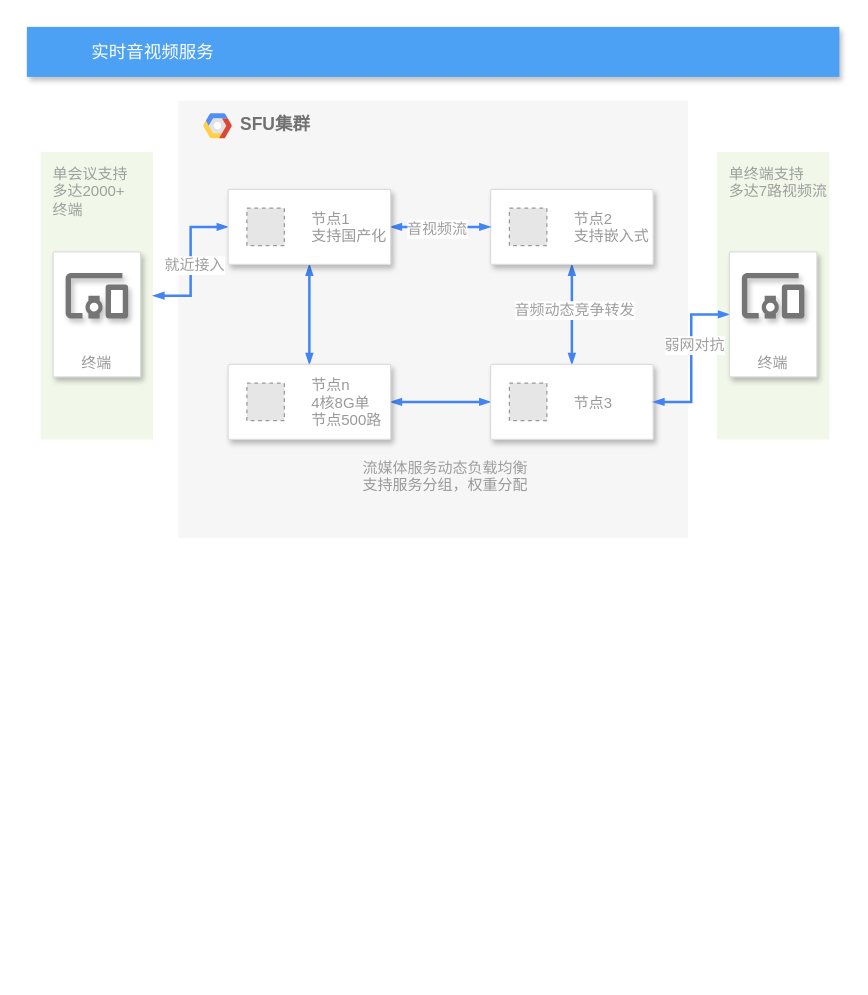
Above: 未命名绘图.drawio in shushenghong/test (draw.io), before the change. Source tidied: cells renumbered, new cells numbered last; positions are measured from the earlier drawing's top-left corner, leaving out a move shared by most shapes. Both pictures are drawn from the tidied source at 125%, with x=0, y=0 at pixel (26, 26). Pictures stored in the file or linked from it are replaced by grey dashed boxes.
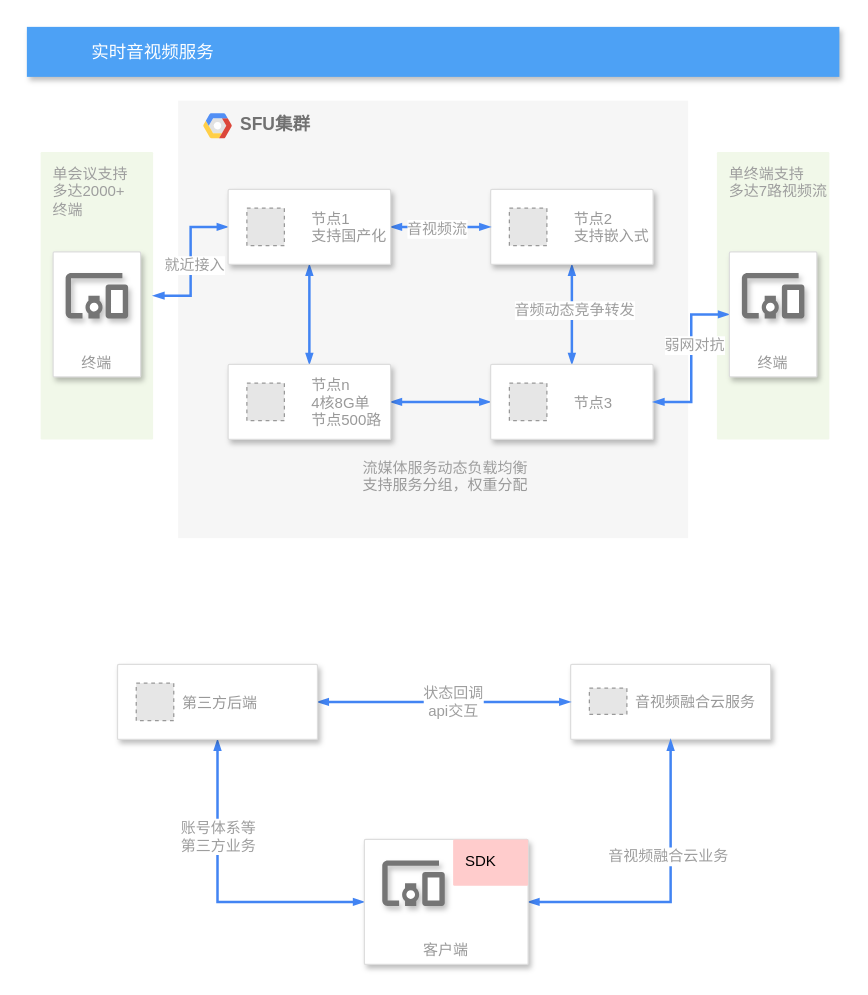
The same page after the edit.

Commit message:
更新未命名绘图.drawio

What changed in the source:
```diff
@@
+    <mxCell id="30" style="strokeColor=#dddddd;shadow=1;strokeWidth=1;rounded=1;absoluteArcSize=1;arcSize=2;glass=0;labelBackgroundColor=none;sketch=0;fontFamily=Helvetica;fontSize=12;fontColor=#9E9E9E;fillColor=default;" parent="1" vertex="1">
+      <mxGeometry x="435" y="510" width="160" height="60" as="geometry" />
+    </mxCell>
+    <mxCell id="31" value="音视频融合云服务" style="fillColor=#E6E6E6;strokeColor=#999999;dashed=1;fontColor=#999999;verticalLabelPosition=middle;labelBackgroundColor=#ffffff;verticalAlign=middle;labelPosition=right;align=left;spacingLeft=5;fontFamily=Helvetica;fontSize=12;" parent="30" vertex="1">
+      <mxGeometry width="30" height="21" relative="1" as="geometry">
+        <mxPoint x="15" y="19" as="offset" />
+      </mxGeometry>
+    </mxCell>
+    <mxCell id="32" style="edgeStyle=orthogonalEdgeStyle;shape=connector;rounded=0;jettySize=auto;html=1;exitX=1;exitY=0.5;exitDx=0;exitDy=0;entryX=0;entryY=0.5;entryDx=0;entryDy=0;dashed=0;labelBackgroundColor=none;strokeColor=#4284F3;strokeWidth=2;fontFamily=Helvetica;fontSize=12;fontColor=#9E9E9E;startArrow=blockThin;startFill=1;endArrow=blockThin;endFill=1;startSize=4;endSize=4;elbow=vertical;" parent="1" edge="1" source="36" target="30">
+      <mxGeometry relative="1" as="geometry" />
+    </mxCell>
+    <mxCell id="33" value="状态回调&lt;br&gt;api交互" style="edgeLabel;html=1;align=center;verticalAlign=middle;fontSize=12;fontFamily=Helvetica;fontColor=#9E9E9E;" parent="32" vertex="1">
+      <mxGeometry x="0.06" y="1" relative="1" as="geometry">
+        <mxPoint x="1" as="offset" />
+      </mxGeometry>
+    </mxCell>
+    <mxCell id="34" style="edgeStyle=orthogonalEdgeStyle;shape=connector;rounded=0;jettySize=auto;html=1;exitX=0.5;exitY=1;exitDx=0;exitDy=0;entryX=0;entryY=0.5;entryDx=0;entryDy=0;dashed=0;labelBackgroundColor=none;strokeColor=#4284F3;strokeWidth=2;fontFamily=Helvetica;fontSize=12;fontColor=#9E9E9E;startArrow=blockThin;startFill=1;endArrow=blockThin;endFill=1;startSize=4;endSize=4;elbow=vertical;" parent="1" edge="1" source="36" target="40">
+      <mxGeometry relative="1" as="geometry" />
+    </mxCell>
+    <mxCell id="35" value="账号体系等&lt;br&gt;第三方业务" style="edgeLabel;html=1;align=center;verticalAlign=middle;fontSize=12;fontFamily=Helvetica;fontColor=#9E9E9E;" parent="34" vertex="1">
+      <mxGeometry x="-0.38" relative="1" as="geometry" />
+    </mxCell>
+    <mxCell id="36" style="strokeColor=#dddddd;shadow=1;strokeWidth=1;rounded=1;absoluteArcSize=1;arcSize=2;glass=0;labelBackgroundColor=none;sketch=0;fontFamily=Helvetica;fontSize=12;fontColor=#9E9E9E;fillColor=default;" parent="1" vertex="1">
+      <mxGeometry x="72.5" y="510" width="160" height="60" as="geometry" />
+    </mxCell>
+    <mxCell id="37" value="第三方后端" style="fillColor=#E6E6E6;strokeColor=#999999;dashed=1;fontColor=#999999;verticalLabelPosition=middle;labelBackgroundColor=#ffffff;verticalAlign=middle;labelPosition=right;align=left;spacingLeft=5;fontFamily=Helvetica;fontSize=12;" parent="36" vertex="1">
+      <mxGeometry width="30" height="30" relative="1" as="geometry">
+        <mxPoint x="15" y="15" as="offset" />
+      </mxGeometry>
+    </mxCell>
+    <mxCell id="38" style="edgeStyle=orthogonalEdgeStyle;shape=connector;rounded=0;jettySize=auto;html=1;exitX=1;exitY=0.5;exitDx=0;exitDy=0;entryX=0.5;entryY=1;entryDx=0;entryDy=0;dashed=0;labelBackgroundColor=none;strokeColor=#4284F3;strokeWidth=2;fontFamily=Helvetica;fontSize=12;fontColor=#9E9E9E;startArrow=blockThin;startFill=1;endArrow=blockThin;endFill=1;startSize=4;endSize=4;elbow=vertical;" parent="1" edge="1" source="40" target="30">
+      <mxGeometry relative="1" as="geometry" />
+    </mxCell>
+    <mxCell id="39" value="音视频融合云业务" style="edgeLabel;html=1;align=center;verticalAlign=middle;fontSize=12;fontFamily=Helvetica;fontColor=#9E9E9E;" parent="38" vertex="1">
+      <mxGeometry x="0.24" y="3" relative="1" as="geometry" />
+    </mxCell>
+    <mxCell id="40" value="客户端" style="strokeColor=#dddddd;shadow=1;strokeWidth=1;rounded=1;absoluteArcSize=1;arcSize=2;labelPosition=center;verticalLabelPosition=middle;align=center;verticalAlign=bottom;spacingLeft=0;fontColor=#999999;fontSize=12;whiteSpace=wrap;spacingBottom=2;glass=0;labelBackgroundColor=none;sketch=0;fontFamily=Helvetica;fillColor=default;" parent="1" vertex="1">
+      <mxGeometry x="270" y="650" width="131" height="100" as="geometry" />
+    </mxCell>
+    <mxCell id="41" style="sketch=0;dashed=0;html=1;fillColor=#757575;strokeColor=none;shape=mxgraph.gcp2.mobile_devices;shadow=1;glass=0;labelBackgroundColor=none;fontFamily=Helvetica;fontSize=12;fontColor=#9E9E9E;align=left;" parent="40" vertex="1">
+      <mxGeometry x="0.3" width="50" height="36.5" relative="1" as="geometry">
+        <mxPoint x="-25" y="16.8" as="offset" />
+      </mxGeometry>
+    </mxCell>
+    <mxCell id="42" value="SDK" style="sketch=0;rounded=1;absoluteArcSize=1;arcSize=2;html=1;strokeColor=none;shadow=0;dashed=0;fontSize=12;align=left;verticalAlign=top;spacing=10;spacingTop=-4;fillColor=#ffcccc;glass=0;labelBackgroundColor=none;fontFamily=Helvetica;" parent="40" vertex="1">
+      <mxGeometry x="71" width="60" height="37" as="geometry" />
+    </mxCell>
```
